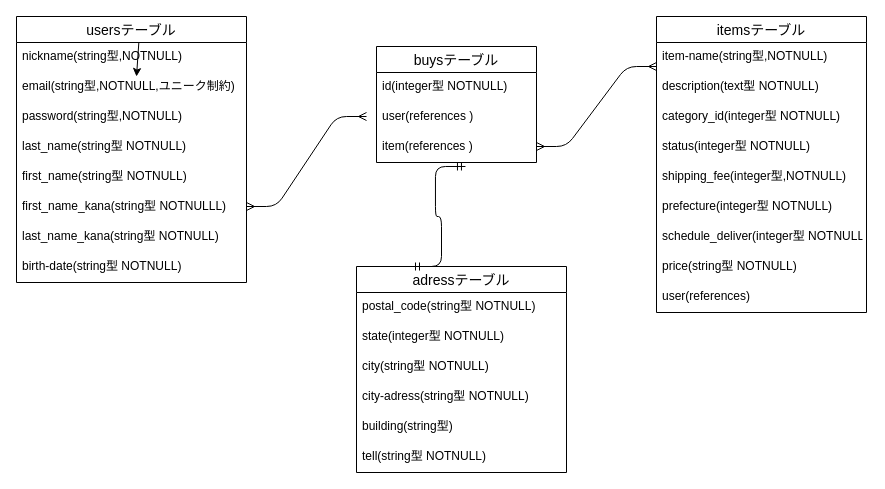
mintia0743/furima-40376 keeps this draw.io diagram as read me.dio. Above is the earlier version. Source tidied: cells renumbered, new cells numbered last; positions are measured from the earlier drawing's top-left corner, leaving out a move shared by most shapes. Both pictures are drawn from the tidied source at 100%, with x=0, y=0 at pixel (16, 16).
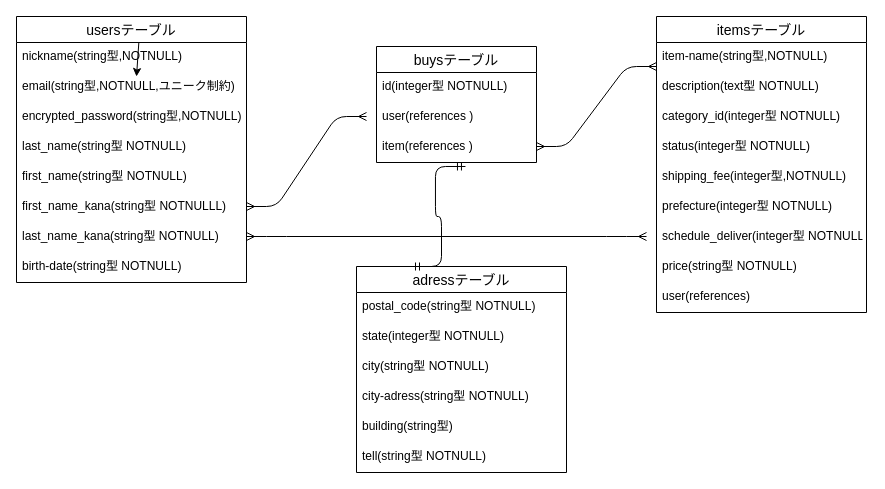
The same diagram, later.

The change refers to these unchanged cells:
```xml
<mxCell id="3" value="usersテーブル" style="swimlane;fontStyle=0;horizontal=1;startSize=26;align=center;fontSize=14;" parent="1" vertex="1">
  <mxGeometry width="230" height="266" as="geometry" />
</mxCell>
```

Change to the diagram source:
```diff
@@
-    <mxCell id="6" value="password(string型,NOTNULL)" style="text;strokeColor=none;fillColor=none;spacingLeft=4;spacingRight=4;overflow=hidden;fontSize=12;" parent="3" vertex="1">
+    <mxCell id="6" value="encrypted_password(string型,NOTNULL)" style="text;strokeColor=none;fillColor=none;spacingLeft=4;spacingRight=4;overflow=hidden;fontSize=12;" parent="3" vertex="1">
       <mxGeometry y="86" width="230" height="30" as="geometry" />
     </mxCell>
@@
+    <mxCell id="36" style="edgeStyle=entityRelationEdgeStyle;fontSize=12;html=1;endArrow=ERmany;startArrow=ERmany;" parent="1" edge="1">
+      <mxGeometry relative="1" as="geometry">
+        <mxPoint x="230" y="220" as="sourcePoint" />
+        <mxPoint x="630" y="220" as="targetPoint" />
+      </mxGeometry>
+    </mxCell>
```
